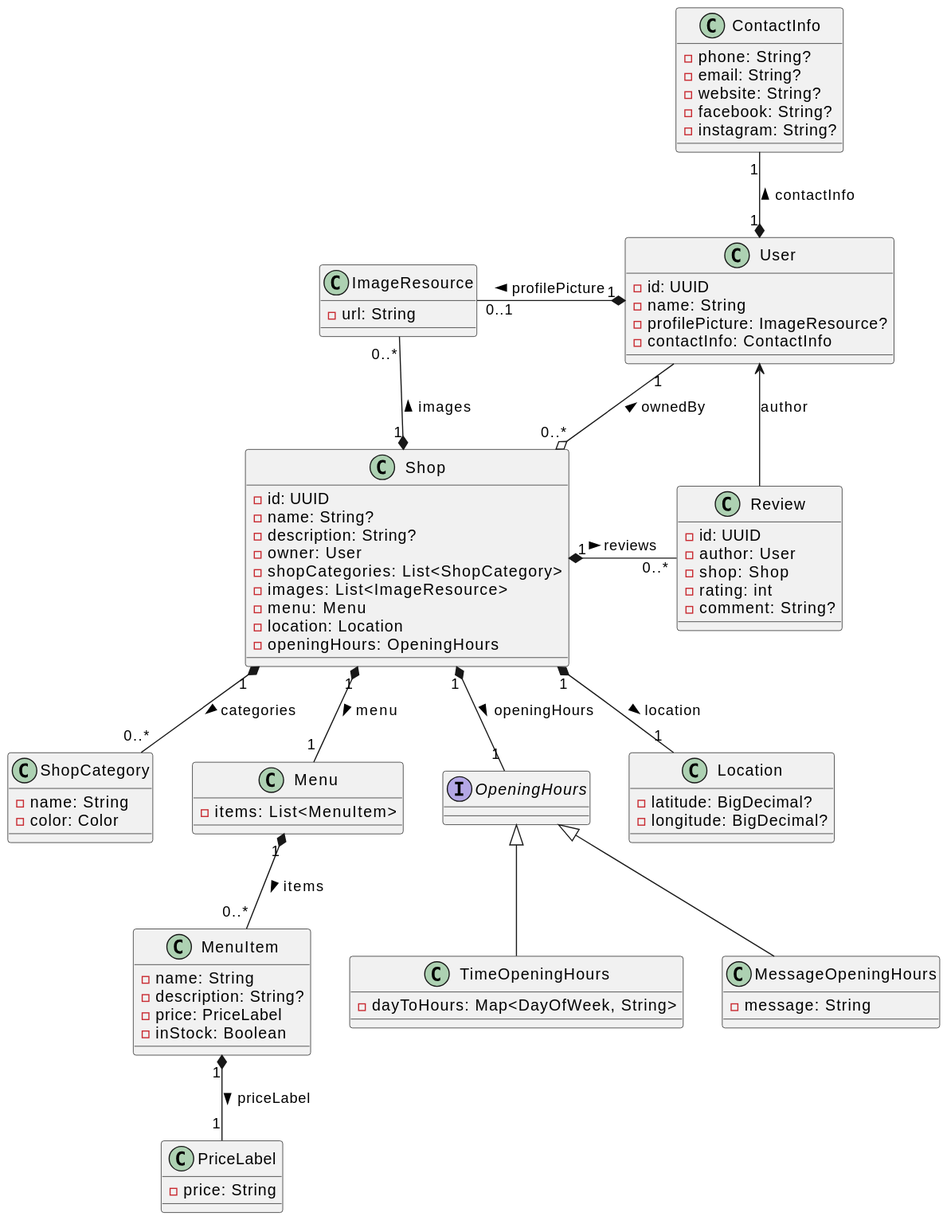
This is docs/diagram-img/class_diagram.svg from tondracek/my-farmer, a PlantUML export, as it was before one commit.
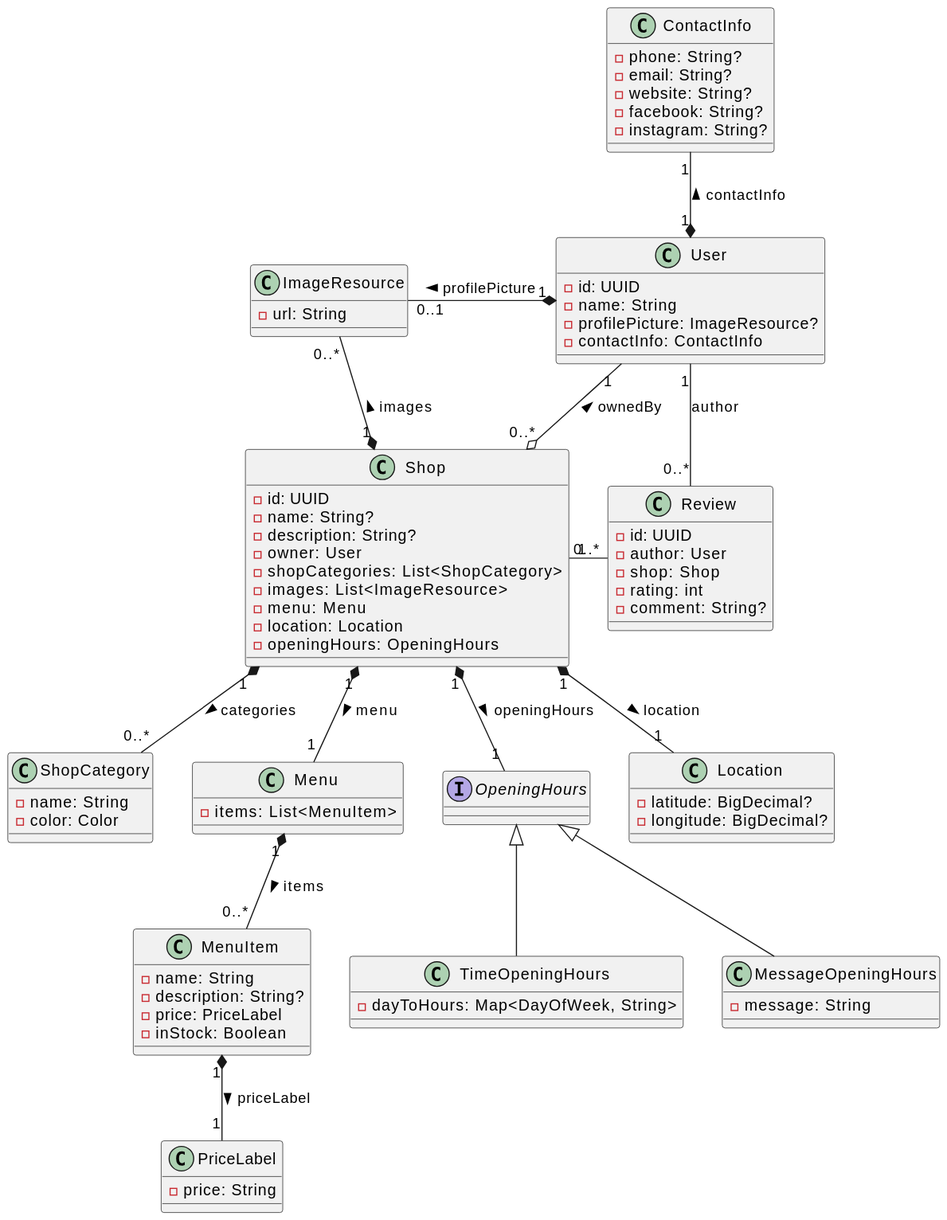
After the commit.

Commit message:
🖼️ Auto-update UML diagrams

Diff of the diagram source:
```diff
@@ -104,6 +104,6 @@
     - comment: String?
 }
 
-Shop "1" *- "0..*" Review : reviews >
-Review -> User : author
+Shop "1" - "0..*" Review
+User "1" -- "0..*" Review : author
 @enduml
```
